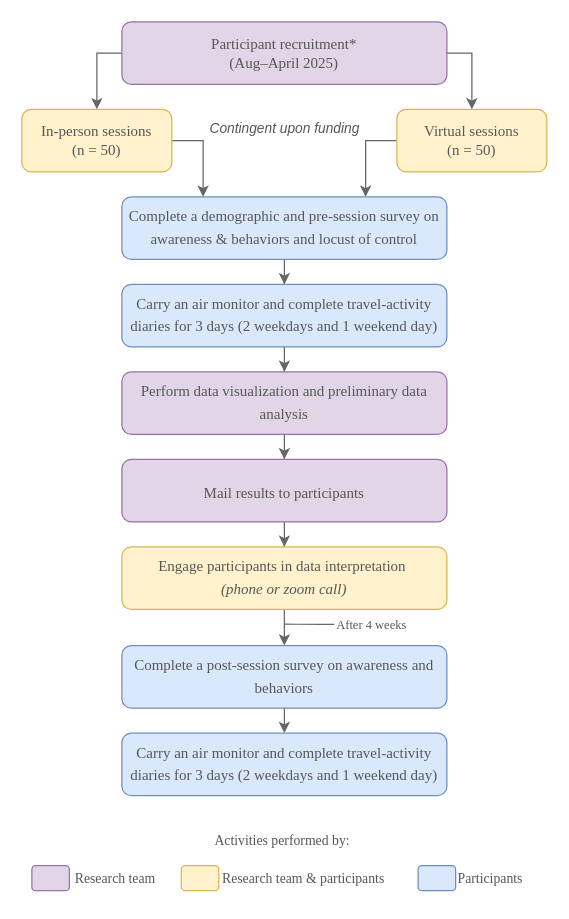
This is AirQualityDissertation.drawio from dealchre/gradDrawio, a draw.io file, before an edit. Source tidied: cells renumbered, new cells numbered last; positions are measured from the earlier drawing's top-left corner, leaving out a move shared by most shapes. Both pictures are drawn from the tidied source at 125%, with x=0, y=0 at pixel (21, 21).
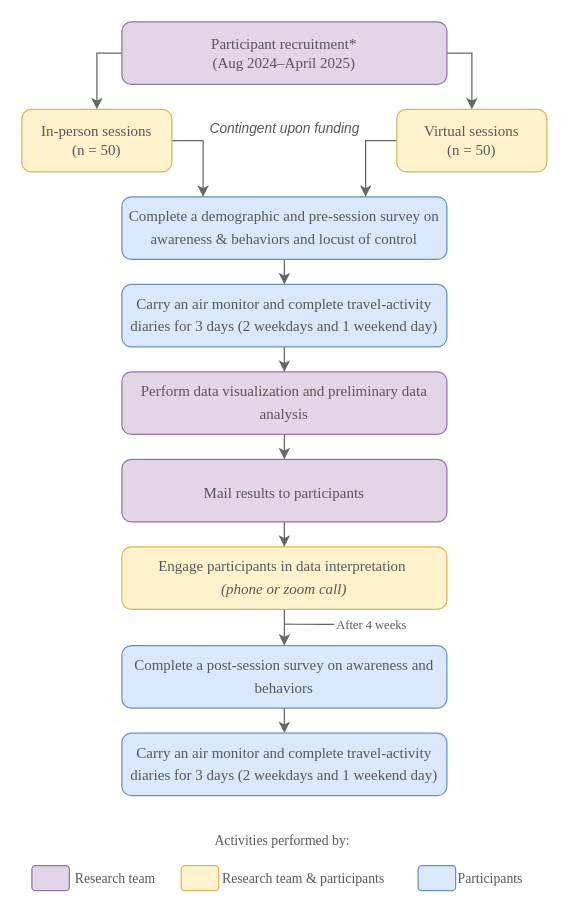
The same page after the edit.

Change to the diagram source:
```diff
@@
-    <mxCell id="4" value="&lt;font style=&quot;font-size: 12px;&quot;&gt;Participant recruitment*&lt;br&gt;(&lt;span style=&quot;text-align: start;&quot;&gt;Aug–April&lt;/span&gt;&lt;span style=&quot;text-align: start;&quot;&gt;&amp;nbsp;&lt;/span&gt;&lt;span style=&quot;text-align: start;&quot;&gt;&lt;/span&gt;2025)&lt;/font&gt;" style="rounded=1;whiteSpace=wrap;html=1;fontFamily=Times New Roman;fillColor=#e1d5e7;strokeColor=#9673a6;fontColor=#575757;" parent="1" vertex="1">
+    <mxCell id="4" value="&lt;font style=&quot;font-size: 12px;&quot;&gt;Participant recruitment*&lt;br&gt;(&lt;span style=&quot;text-align: start;&quot;&gt;Aug 2024–April&lt;/span&gt;&lt;span style=&quot;text-align: start;&quot;&gt;&amp;nbsp;&lt;/span&gt;&lt;span style=&quot;text-align: start;&quot;&gt;&lt;/span&gt;2025)&lt;/font&gt;" style="rounded=1;whiteSpace=wrap;html=1;fontFamily=Times New Roman;fillColor=#e1d5e7;strokeColor=#9673a6;fontColor=#575757;" parent="1" vertex="1">
       <mxGeometry x="80" width="260" height="50" as="geometry" />
     </mxCell>
```
